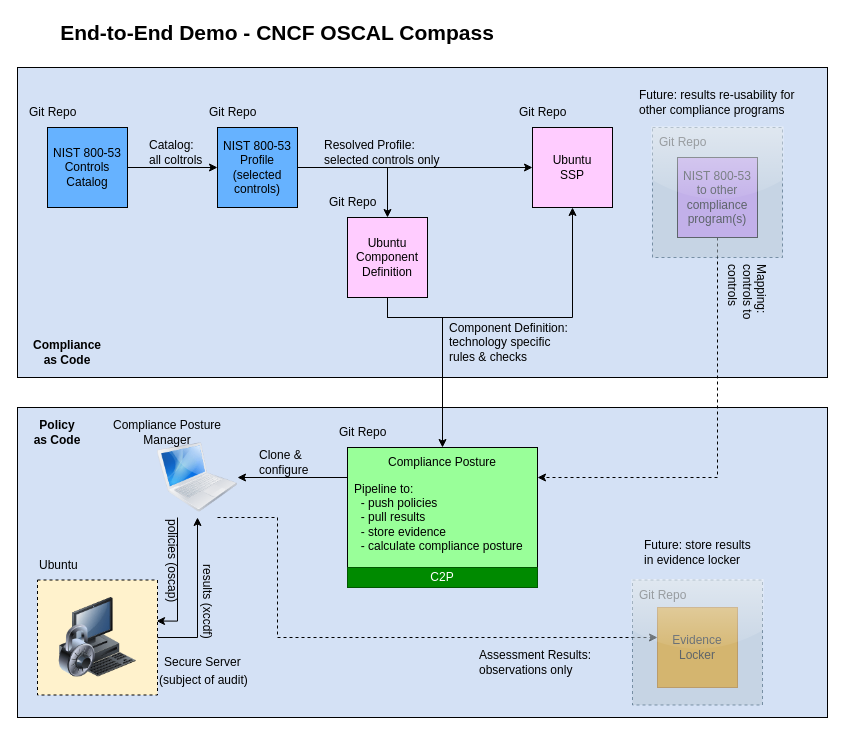
The draw.io diagram images/e2e-demo.c2p-vm.drawio in oscal-compass/e2e-demo, before the edit. Source tidied: cells renumbered, new cells numbered last; positions are measured from the earlier drawing's top-left corner, leaving out a move shared by most shapes. Both pictures are drawn from the tidied source at 100%, with x=0, y=0 at pixel (17, 17).
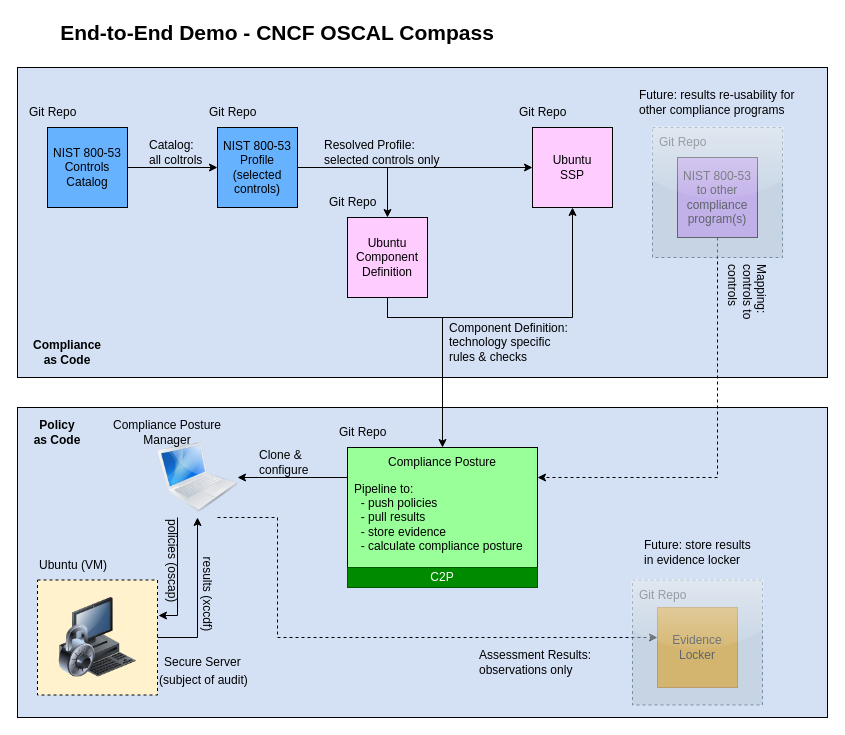
The same page after the edit.

Unchanged cells that the change refers to:
```xml
<mxCell id="8" style="whiteSpace=wrap;html=1;dashed=1;fillColor=light-dark(#FFF2CC,var(--ge-dark-color, #121212));" parent="1" vertex="1">
  <mxGeometry x="20" y="562.5" width="120" height="115" as="geometry" />
</mxCell>
<mxCell id="51" style="image;html=1;image=img/lib/clip_art/computers/MacBook_128x128.png;" parent="1" vertex="1">
  <mxGeometry x="140" y="420" width="80" height="80" as="geometry" />
</mxCell>
```

What changed in the source:
```diff
@@
-    <mxCell id="6" style="edgeStyle=orthogonalEdgeStyle;rounded=0;jettySize=auto;html=1;entryX=0.992;entryY=0.357;entryDx=0;entryDy=0;entryPerimeter=0;exitX=0.25;exitY=1;exitDx=0;exitDy=0;" parent="1" edge="1" source="51" target="8">
+    <mxCell id="6" style="edgeStyle=orthogonalEdgeStyle;rounded=0;jettySize=auto;html=1;exitX=0.25;exitY=1;exitDx=0;exitDy=0;entryX=1.008;entryY=0.309;entryDx=0;entryDy=0;entryPerimeter=0;" parent="1" edge="1" source="51" target="8">
       <mxGeometry relative="1" as="geometry" />
     </mxCell>
@@
     <mxCell id="41" value="results (xccdf)" style="text;html=1;align=left;verticalAlign=middle;whiteSpace=wrap;rounded=0;rotation=90;" parent="1" vertex="1">
-      <mxGeometry x="150" y="570" width="80" height="30" as="geometry" />
+      <mxGeometry x="150" y="562.5" width="80" height="30" as="geometry" />
     </mxCell>
@@
-    <mxCell id="46" value="Ubuntu" style="text;html=1;align=left;verticalAlign=middle;whiteSpace=wrap;rounded=0;" parent="1" vertex="1">
+    <mxCell id="46" value="Ubuntu (VM)" style="text;html=1;align=left;verticalAlign=middle;whiteSpace=wrap;rounded=0;" parent="1" vertex="1">
       <mxGeometry x="20" y="532.5" width="120" height="30" as="geometry" />
     </mxCell>
```
